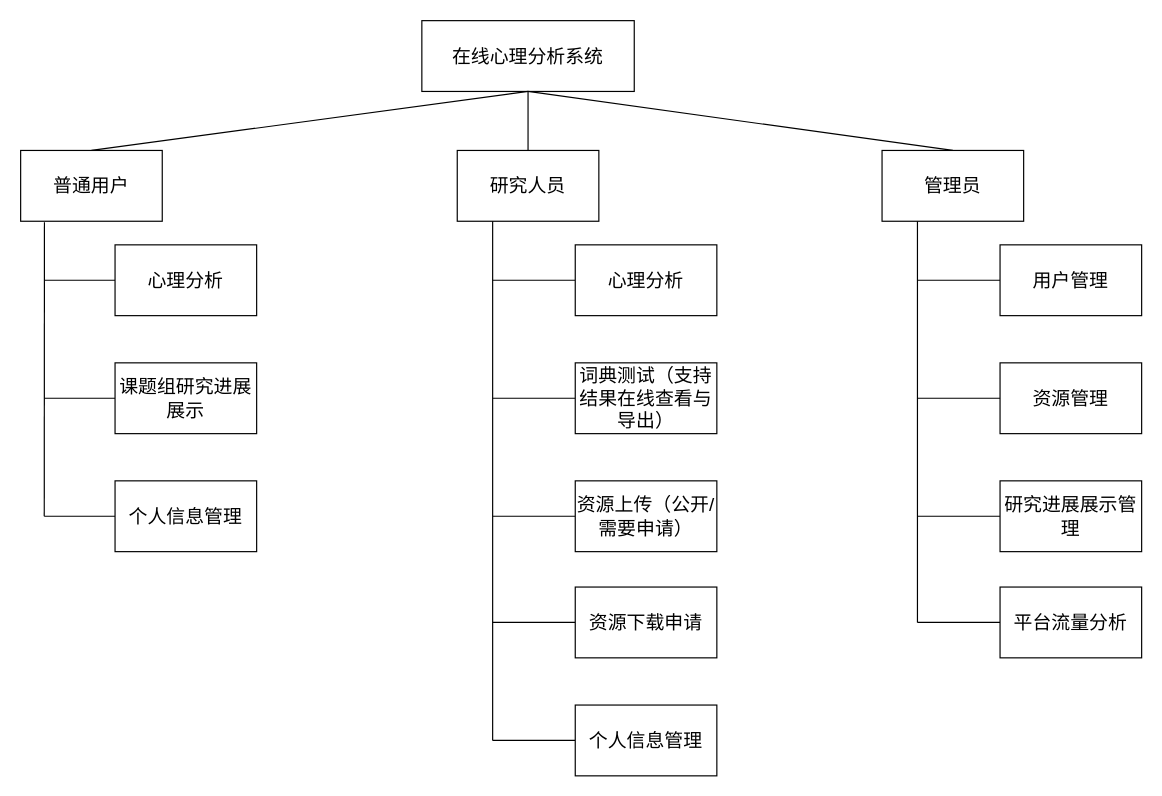
chensiyi0904/draw.io keeps this draw.io diagram as page "第 1 页" (1 of 5) of bishe.drawio. Above is the earlier version. Source tidied: cells renumbered, new cells numbered last; positions are measured from the earlier drawing's top-left corner, leaving out a move shared by most shapes. Both pictures are drawn from the tidied source at 118%, with x=0, y=0 at pixel (20, 20).
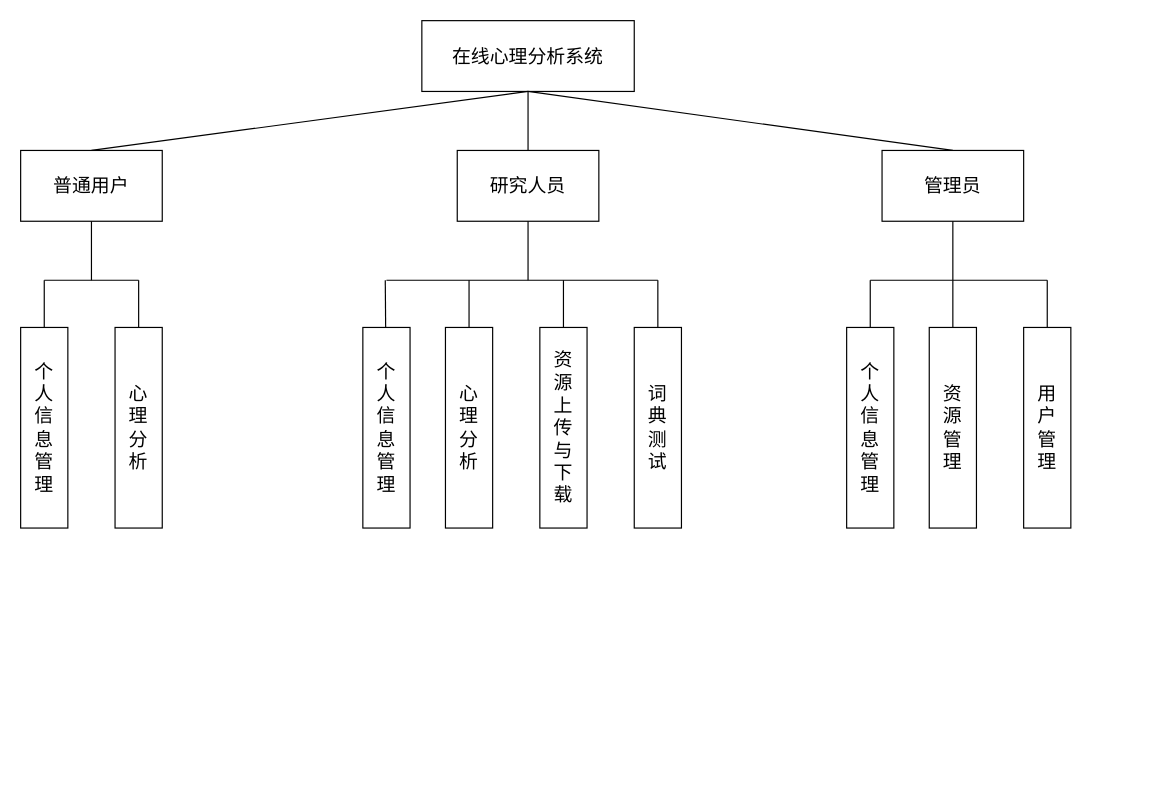
The same diagram, later.

Unchanged cells that the change refers to:
```xml
<mxCell id="3" value="普通用户" style="rounded=0;whiteSpace=wrap;html=1;fontSize=16;fontStyle=0;" parent="1" vertex="1">
  <mxGeometry y="110" width="120" height="60" as="geometry" />
</mxCell>
<mxCell id="4" value="研究人员" style="rounded=0;whiteSpace=wrap;html=1;fontSize=16;fontStyle=0;" parent="1" vertex="1">
  <mxGeometry x="370" y="110" width="120" height="60" as="geometry" />
</mxCell>
<mxCell id="5" value="管理员" style="rounded=0;whiteSpace=wrap;html=1;fontSize=16;fontStyle=0;" parent="1" vertex="1">
  <mxGeometry x="730" y="110" width="120" height="60" as="geometry" />
</mxCell>
```

Change to the diagram source:
```diff
@@
-    <mxCell id="9" style="endArrow=none;html=1;rounded=0;entryX=0.168;entryY=1.014;entryDx=0;entryDy=0;entryPerimeter=0;fontSize=16;fontStyle=0;" parent="1" edge="1" target="3">
-      <mxGeometry relative="1" as="geometry">
-        <mxPoint x="20" y="420" as="sourcePoint" />
-      </mxGeometry>
-    </mxCell>
-    <mxCell id="10" style="endArrow=none;html=1;rounded=0;fontSize=16;fontStyle=0;" parent="1" edge="1" target="11">
-      <mxGeometry relative="1" as="geometry">
-        <mxPoint x="20" y="220" as="sourcePoint" />
-      </mxGeometry>
-    </mxCell>
-    <mxCell id="11" value="&lt;font style=&quot;font-size: 16px;&quot;&gt;心理分析&lt;/font&gt;" style="rounded=0;whiteSpace=wrap;html=1;fontSize=16;fontStyle=0;" parent="1" vertex="1">
-      <mxGeometry x="80" y="190" width="120" height="60" as="geometry" />
+    <mxCell id="11" value="&lt;font style=&quot;font-size: 16px;&quot;&gt;心&lt;br&gt;理&lt;br&gt;分&lt;br&gt;析&lt;/font&gt;" style="rounded=0;whiteSpace=wrap;html=1;fontSize=16;fontStyle=0;" parent="1" vertex="1">
+      <mxGeometry x="80" y="260" width="40" height="170" as="geometry" />
     </mxCell>
-    <mxCell id="12" style="endArrow=none;html=1;rounded=0;fontSize=16;fontStyle=0;" parent="1" edge="1" target="13">
-      <mxGeometry relative="1" as="geometry">
-        <mxPoint x="20" y="320" as="sourcePoint" />
-      </mxGeometry>
-    </mxCell>
-    <mxCell id="13" value="课题组研究进展展示" style="rounded=0;whiteSpace=wrap;html=1;fontSize=16;fontStyle=0;" parent="1" vertex="1">
-      <mxGeometry x="80" y="290" width="120" height="60" as="geometry" />
-    </mxCell>
     <mxCell id="14" style="endArrow=none;html=1;rounded=0;fontSize=16;fontStyle=0;" parent="1" edge="1" target="15">
       <mxGeometry relative="1" as="geometry">
-        <mxPoint x="20" y="420" as="sourcePoint" />
+        <mxPoint x="20" y="220" as="sourcePoint" />
       </mxGeometry>
     </mxCell>
-    <mxCell id="15" value="个人信息管理" style="rounded=0;whiteSpace=wrap;html=1;fontSize=16;fontStyle=0;" parent="1" vertex="1">
-      <mxGeometry x="80" y="390" width="120" height="60" as="geometry" />
+    <mxCell id="15" value="个&lt;br&gt;人&lt;br&gt;信&lt;br&gt;息&lt;br&gt;管&lt;br&gt;理" style="rounded=0;whiteSpace=wrap;html=1;fontSize=16;fontStyle=0;horizontal=1;verticalAlign=middle;" parent="1" vertex="1">
+      <mxGeometry y="260" width="40" height="170" as="geometry" />
     </mxCell>
-    <mxCell id="16" style="endArrow=none;html=1;rounded=0;entryX=0.25;entryY=1;entryDx=0;entryDy=0;fontSize=16;fontStyle=0;" parent="1" edge="1" target="4">
-      <mxGeometry relative="1" as="geometry">
-        <mxPoint x="400" y="610" as="sourcePoint" />
-      </mxGeometry>
-    </mxCell>
-    <mxCell id="17" style="endArrow=none;html=1;rounded=0;fontSize=16;fontStyle=0;" parent="1" edge="1" target="18">
-      <mxGeometry relative="1" as="geometry">
-        <mxPoint x="400" y="220" as="sourcePoint" />
-      </mxGeometry>
-    </mxCell>
-    <mxCell id="18" value="心理分析" style="rounded=0;whiteSpace=wrap;html=1;fontSize=16;fontStyle=0;" parent="1" vertex="1">
-      <mxGeometry x="470" y="190" width="120" height="60" as="geometry" />
-    </mxCell>
-    <mxCell id="19" style="endArrow=none;html=1;rounded=0;fontSize=16;fontStyle=0;" parent="1" edge="1" target="20">
-      <mxGeometry relative="1" as="geometry">
-        <mxPoint x="400" y="320" as="sourcePoint" />
-      </mxGeometry>
-    </mxCell>
-    <mxCell id="20" value="词典测试（支持结果在线查看与导出）" style="rounded=0;whiteSpace=wrap;html=1;fontSize=16;fontStyle=0;" parent="1" vertex="1">
-      <mxGeometry x="470" y="290" width="120" height="60" as="geometry" />
+    <mxCell id="20" value="词&lt;br&gt;典&lt;br&gt;测&lt;br&gt;试" style="rounded=0;whiteSpace=wrap;html=1;fontSize=16;fontStyle=0;" parent="1" vertex="1">
+      <mxGeometry x="520" y="260" width="40" height="170" as="geometry" />
     </mxCell>
-    <mxCell id="21" style="endArrow=none;html=1;rounded=0;fontSize=16;fontStyle=0;" parent="1" edge="1" target="22">
-      <mxGeometry relative="1" as="geometry">
-        <mxPoint x="400" y="420" as="sourcePoint" />
-      </mxGeometry>
-    </mxCell>
-    <mxCell id="22" value="资源上传（公开/需要申请）" style="rounded=0;whiteSpace=wrap;html=1;fontSize=16;fontStyle=0;" parent="1" vertex="1">
-      <mxGeometry x="470" y="390" width="120" height="60" as="geometry" />
+    <mxCell id="22" value="资&lt;br&gt;源&lt;br&gt;上&lt;br&gt;传&lt;br&gt;与&lt;br&gt;下&lt;br&gt;载" style="rounded=0;whiteSpace=wrap;html=1;fontSize=16;fontStyle=0;" parent="1" vertex="1">
+      <mxGeometry x="440" y="260" width="40" height="170" as="geometry" />
     </mxCell>
-    <mxCell id="23" style="endArrow=none;html=1;rounded=0;fontSize=16;fontStyle=0;" parent="1" edge="1" target="24">
-      <mxGeometry relative="1" as="geometry">
-        <mxPoint x="400" y="510" as="sourcePoint" />
-      </mxGeometry>
-    </mxCell>
-    <mxCell id="24" value="资源下载申请" style="rounded=0;whiteSpace=wrap;html=1;fontSize=16;fontStyle=0;" parent="1" vertex="1">
-      <mxGeometry x="470" y="480" width="120" height="60" as="geometry" />
-    </mxCell>
-    <mxCell id="25" style="endArrow=none;html=1;rounded=0;fontSize=16;fontStyle=0;" parent="1" edge="1" target="26">
-      <mxGeometry relative="1" as="geometry">
-        <mxPoint x="400" y="610" as="sourcePoint" />
-      </mxGeometry>
-    </mxCell>
-    <mxCell id="26" value="个人信息管理" style="rounded=0;whiteSpace=wrap;html=1;fontSize=16;fontStyle=0;" parent="1" vertex="1">
-      <mxGeometry x="470" y="580" width="120" height="60" as="geometry" />
-    </mxCell>
-    <mxCell id="27" style="endArrow=none;html=1;rounded=0;entryX=0.25;entryY=1;entryDx=0;entryDy=0;fontSize=16;fontStyle=0;" parent="1" edge="1" target="5">
-      <mxGeometry relative="1" as="geometry">
-        <mxPoint x="760" y="510" as="sourcePoint" />
-      </mxGeometry>
-    </mxCell>
-    <mxCell id="28" style="endArrow=none;html=1;rounded=0;fontSize=16;fontStyle=0;" parent="1" edge="1" target="29">
-      <mxGeometry relative="1" as="geometry">
-        <mxPoint x="760" y="220" as="sourcePoint" />
-      </mxGeometry>
-    </mxCell>
-    <mxCell id="29" value="用户管理" style="rounded=0;whiteSpace=wrap;html=1;fontSize=16;fontStyle=0;" parent="1" vertex="1">
-      <mxGeometry x="830" y="190" width="120" height="60" as="geometry" />
+    <mxCell id="29" value="用&lt;br&gt;户&lt;br&gt;管&lt;br&gt;理" style="rounded=0;whiteSpace=wrap;html=1;fontSize=16;fontStyle=0;" parent="1" vertex="1">
+      <mxGeometry x="850" y="260" width="40" height="170" as="geometry" />
     </mxCell>
-    <mxCell id="30" value="资源管理" style="rounded=0;whiteSpace=wrap;html=1;fontSize=16;fontStyle=0;" parent="1" vertex="1">
-      <mxGeometry x="830" y="290" width="120" height="60" as="geometry" />
+    <mxCell id="30" value="资&lt;br&gt;源&lt;br&gt;管&lt;br&gt;理" style="rounded=0;whiteSpace=wrap;html=1;fontSize=16;fontStyle=0;" parent="1" vertex="1">
+      <mxGeometry x="770" y="260" width="40" height="170" as="geometry" />
     </mxCell>
-    <mxCell id="31" style="endArrow=none;html=1;rounded=0;entryX=0;entryY=0.5;entryDx=0;entryDy=0;fontSize=16;fontStyle=0;" parent="1" edge="1" target="30">
-      <mxGeometry relative="1" as="geometry">
-        <mxPoint x="760" y="320" as="sourcePoint" />
-      </mxGeometry>
-    </mxCell>
-    <mxCell id="32" style="endArrow=none;html=1;rounded=0;fontSize=16;fontStyle=0;" parent="1" edge="1" target="33">
-      <mxGeometry relative="1" as="geometry">
-        <mxPoint x="760" y="420" as="sourcePoint" />
-      </mxGeometry>
-    </mxCell>
-    <mxCell id="33" value="研究进展展示管理" style="rounded=0;whiteSpace=wrap;html=1;fontSize=16;fontStyle=0;" parent="1" vertex="1">
-      <mxGeometry x="830" y="390" width="120" height="60" as="geometry" />
-    </mxCell>
-    <mxCell id="34" style="endArrow=none;html=1;rounded=0;fontSize=16;fontStyle=0;" parent="1" edge="1" target="35">
-      <mxGeometry relative="1" as="geometry">
-        <mxPoint x="760" y="510" as="sourcePoint" />
-      </mxGeometry>
-    </mxCell>
-    <mxCell id="35" value="平台流量分析" style="rounded=0;whiteSpace=wrap;html=1;fontSize=16;fontStyle=0;" parent="1" vertex="1">
-      <mxGeometry x="830" y="480" width="120" height="60" as="geometry" />
-    </mxCell>
+    <mxCell id="36" style="endArrow=none;html=1;rounded=0;exitX=0.5;exitY=0;exitDx=0;exitDy=0;" parent="1" edge="1" source="11">
+      <mxGeometry relative="1" as="geometry">
+        <mxPoint x="100" y="220" as="targetPoint" />
+      </mxGeometry>
+    </mxCell>
+    <mxCell id="37" value="&lt;font style=&quot;font-size: 16px;&quot;&gt;心&lt;br&gt;理&lt;br&gt;分&lt;br&gt;析&lt;/font&gt;" style="rounded=0;whiteSpace=wrap;html=1;fontSize=16;fontStyle=0;" parent="1" vertex="1">
+      <mxGeometry x="360" y="260" width="40" height="170" as="geometry" />
+    </mxCell>
+    <mxCell id="38" style="endArrow=none;html=1;rounded=0;fontSize=16;fontStyle=0;" parent="1" edge="1" target="39">
+      <mxGeometry relative="1" as="geometry">
+        <mxPoint x="309" y="220" as="sourcePoint" />
+      </mxGeometry>
+    </mxCell>
+    <mxCell id="39" value="个&lt;br&gt;人&lt;br&gt;信&lt;br&gt;息&lt;br&gt;管&lt;br&gt;理" style="rounded=0;whiteSpace=wrap;html=1;fontSize=16;fontStyle=0;horizontal=1;verticalAlign=middle;" parent="1" vertex="1">
+      <mxGeometry x="290" y="260" width="40" height="170" as="geometry" />
+    </mxCell>
+    <mxCell id="40" style="endArrow=none;html=1;rounded=0;exitX=0.5;exitY=0;exitDx=0;exitDy=0;" parent="1" edge="1" source="37">
+      <mxGeometry relative="1" as="geometry">
+        <mxPoint x="380" y="220" as="targetPoint" />
+      </mxGeometry>
+    </mxCell>
+    <mxCell id="41" style="endArrow=none;html=1;rounded=0;entryX=0.5;entryY=1;entryDx=0;entryDy=0;" parent="1" edge="1" target="3">
+      <mxGeometry relative="1" as="geometry">
+        <mxPoint x="60" y="220" as="sourcePoint" />
+      </mxGeometry>
+    </mxCell>
+    <mxCell id="42" style="endArrow=none;html=1;rounded=0;" parent="1" edge="1">
+      <mxGeometry relative="1" as="geometry">
+        <mxPoint x="20" y="220" as="sourcePoint" />
+        <mxPoint x="100" y="220" as="targetPoint" />
+      </mxGeometry>
+    </mxCell>
+    <mxCell id="43" style="endArrow=none;html=1;rounded=0;exitX=0.5;exitY=0;exitDx=0;exitDy=0;" parent="1" edge="1" source="22">
+      <mxGeometry relative="1" as="geometry">
+        <mxPoint x="460" y="220" as="targetPoint" />
+      </mxGeometry>
+    </mxCell>
+    <mxCell id="44" style="endArrow=none;html=1;rounded=0;exitX=0.5;exitY=0;exitDx=0;exitDy=0;" parent="1" edge="1" source="20">
+      <mxGeometry relative="1" as="geometry">
+        <mxPoint x="540" y="220" as="targetPoint" />
+      </mxGeometry>
+    </mxCell>
+    <mxCell id="45" style="endArrow=none;html=1;rounded=0;entryX=0.5;entryY=1;entryDx=0;entryDy=0;" parent="1" edge="1" target="4">
+      <mxGeometry relative="1" as="geometry">
+        <mxPoint x="430" y="220" as="sourcePoint" />
+      </mxGeometry>
+    </mxCell>
+    <mxCell id="46" style="endArrow=none;html=1;rounded=0;" parent="1" edge="1">
+      <mxGeometry relative="1" as="geometry">
+        <mxPoint x="310" y="220" as="sourcePoint" />
+        <mxPoint x="540" y="220" as="targetPoint" />
+      </mxGeometry>
+    </mxCell>
+    <mxCell id="47" style="endArrow=none;html=1;rounded=0;fontSize=16;fontStyle=0;entryX=0.5;entryY=0;entryDx=0;entryDy=0;" parent="1" edge="1" target="48">
+      <mxGeometry relative="1" as="geometry">
+        <mxPoint x="720" y="220" as="sourcePoint" />
+      </mxGeometry>
+    </mxCell>
+    <mxCell id="48" value="个&lt;br&gt;人&lt;br&gt;信&lt;br&gt;息&lt;br&gt;管&lt;br&gt;理" style="rounded=0;whiteSpace=wrap;html=1;fontSize=16;fontStyle=0;horizontal=1;verticalAlign=middle;" parent="1" vertex="1">
+      <mxGeometry x="700" y="260" width="40" height="170" as="geometry" />
+    </mxCell>
+    <mxCell id="49" style="endArrow=none;html=1;rounded=0;entryX=0.5;entryY=0;entryDx=0;entryDy=0;" parent="1" edge="1" target="30">
+      <mxGeometry relative="1" as="geometry">
+        <mxPoint x="790" y="220" as="sourcePoint" />
+      </mxGeometry>
+    </mxCell>
+    <mxCell id="50" style="endArrow=none;html=1;rounded=0;exitX=0.5;exitY=0;exitDx=0;exitDy=0;" parent="1" edge="1" source="29">
+      <mxGeometry relative="1" as="geometry">
+        <mxPoint x="870" y="220" as="targetPoint" />
+      </mxGeometry>
+    </mxCell>
+    <mxCell id="51" style="endArrow=none;html=1;rounded=0;" parent="1" edge="1">
+      <mxGeometry relative="1" as="geometry">
+        <mxPoint x="720" y="220" as="sourcePoint" />
+        <mxPoint x="870" y="220" as="targetPoint" />
+      </mxGeometry>
+    </mxCell>
+    <mxCell id="52" style="endArrow=none;html=1;rounded=0;entryX=0.5;entryY=1;entryDx=0;entryDy=0;" parent="1" edge="1" target="5">
+      <mxGeometry relative="1" as="geometry">
+        <mxPoint x="790" y="220" as="sourcePoint" />
+      </mxGeometry>
+    </mxCell>
```
